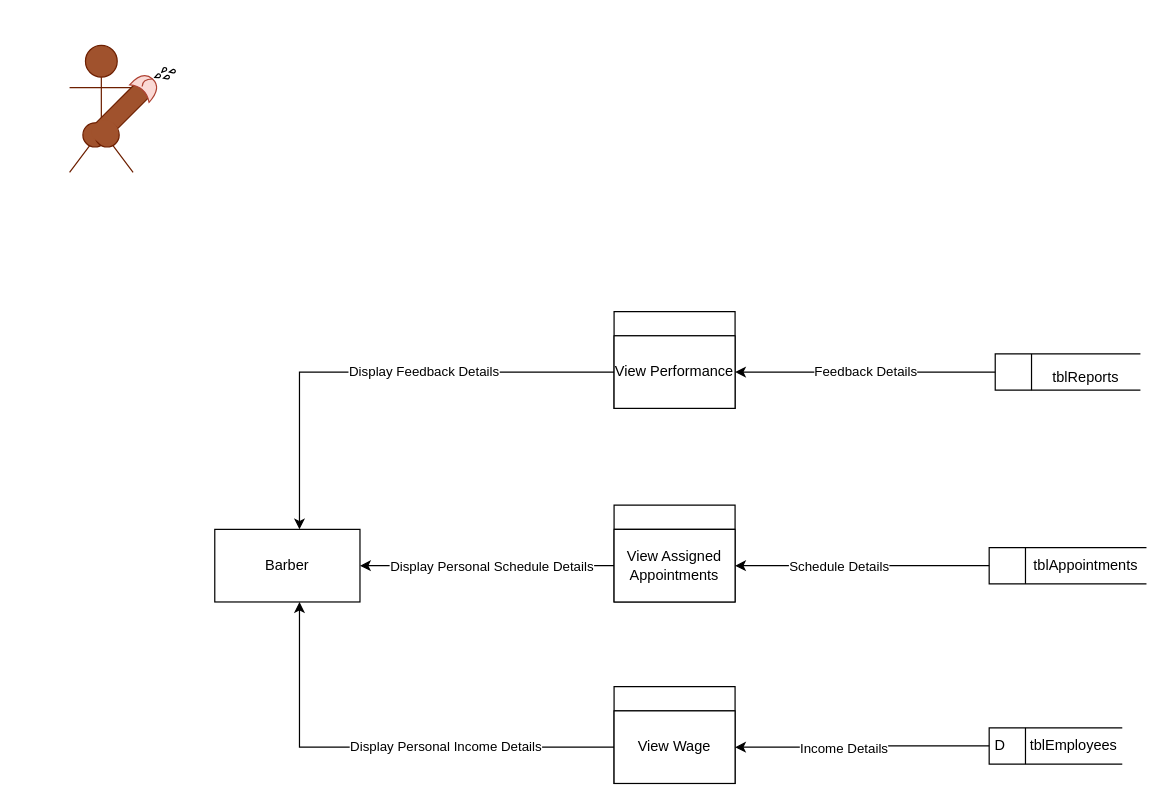
Earlier version of the draw.io diagram page "Barber" (3 of 5) of Diagrams/Data flow.drawio (iampotato16/AppointCut). Source tidied: cells renumbered, new cells numbered last; positions are measured from the earlier drawing's top-left corner, leaving out a move shared by most shapes. Both pictures are drawn from the tidied source at 121%, with x=0, y=0 at pixel (69, 45).
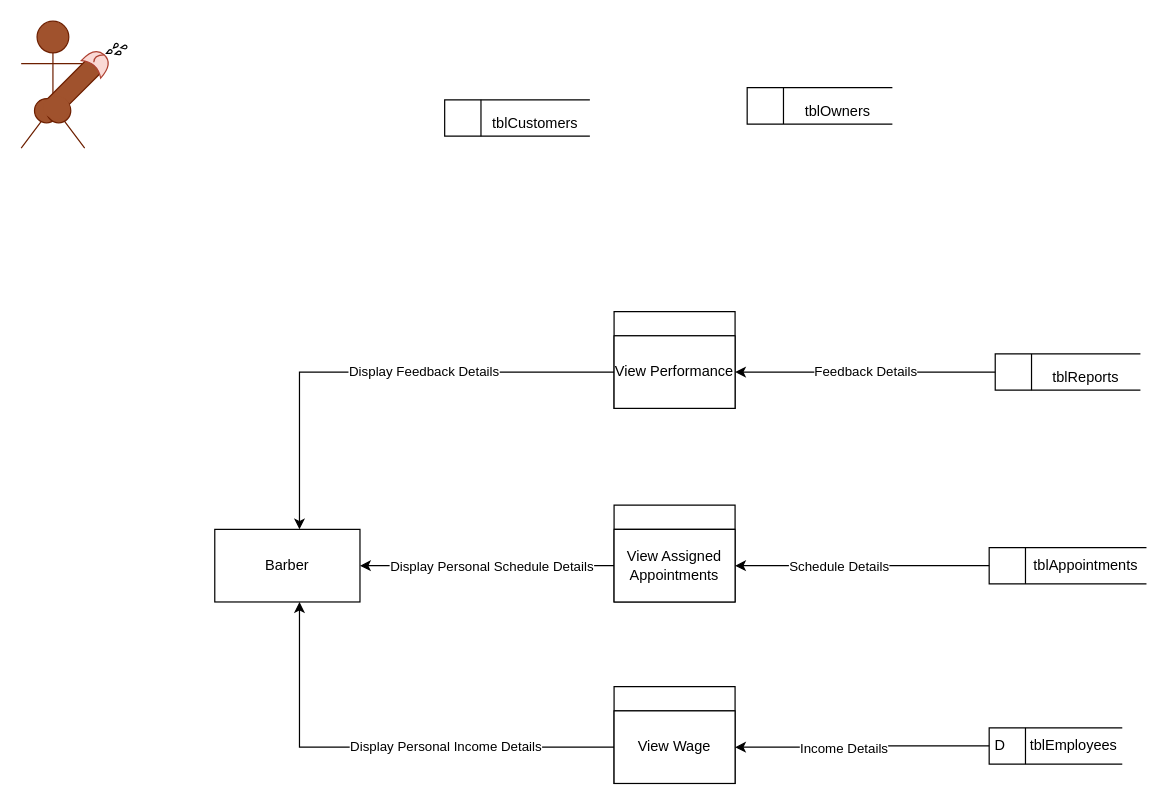
The same diagram, later.

What changed in the source:
```diff
@@
     <mxCell id="15" style="group;" parent="1" vertex="1">
-      <mxGeometry width="87.6" height="105" as="geometry" />
+      <mxGeometry x="-40" y="-20" width="87.6" height="105" as="geometry" />
     </mxCell>
@@
+    <mxCell id="42" style="group;" parent="1" vertex="1">
+      <mxGeometry x="560" y="40" width="120" height="30" as="geometry" />
+    </mxCell>
+    <mxCell id="43" style="html=1;dashed=0;whitespace=wrap;shape=mxgraph.dfd.dataStoreID;align=left;spacingLeft=3;sketch=0;" parent="42" vertex="1">
+      <mxGeometry y="-5" width="120" height="30" as="geometry" />
+    </mxCell>
+    <mxCell id="44" value="tblOwners" style="text;html=1;strokeColor=none;fillColor=none;align=center;verticalAlign=middle;whiteSpace=wrap;rounded=0;sketch=0;" parent="42" vertex="1">
+      <mxGeometry x="30" width="90" height="30" as="geometry" />
+    </mxCell>
+    <mxCell id="45" style="group;" parent="1" vertex="1">
+      <mxGeometry x="310" y="50" width="120" height="30" as="geometry" />
+    </mxCell>
+    <mxCell id="46" style="html=1;dashed=0;whitespace=wrap;shape=mxgraph.dfd.dataStoreID;align=left;spacingLeft=3;sketch=0;" parent="45" vertex="1">
+      <mxGeometry y="-5" width="120" height="30" as="geometry" />
+    </mxCell>
+    <mxCell id="47" value="tblCustomers" style="text;html=1;strokeColor=none;fillColor=none;align=center;verticalAlign=middle;whiteSpace=wrap;rounded=0;sketch=0;" parent="45" vertex="1">
+      <mxGeometry x="30" width="90" height="30" as="geometry" />
+    </mxCell>
```
